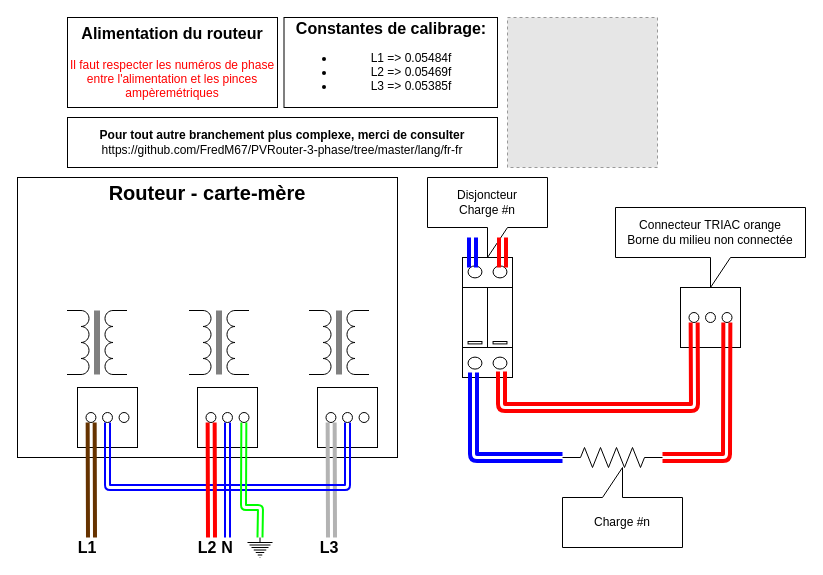
Above: docs/HowToInstall.drawio in FredM67/PVRouter-3-phase (draw.io), before the change. Source tidied: cells renumbered, new cells numbered last; positions are measured from the earlier drawing's top-left corner, leaving out a move shared by most shapes. Both pictures are drawn from the tidied source at 100%, with x=0, y=0 at pixel (17, 17). Pictures stored in the file or linked from it are replaced by grey dashed boxes.
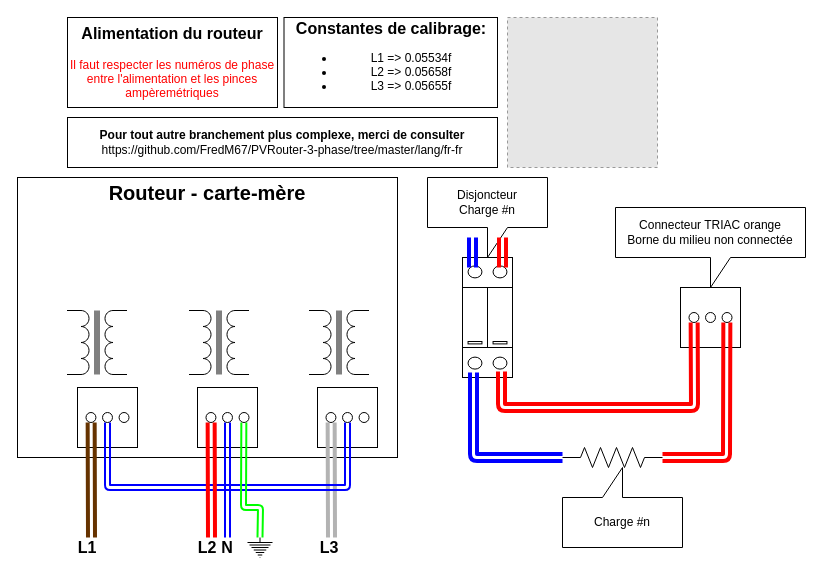
The same diagram, later.

What changed in the source:
```diff
@@
-    <mxCell id="2" value="&lt;b&gt;&lt;font style=&quot;font-size: 16px&quot;&gt;Constantes de calibrage:&lt;/font&gt;&lt;/b&gt;&lt;br&gt;&lt;ul&gt;&lt;li&gt;&lt;span&gt;L1 =&amp;gt;&amp;nbsp;&lt;/span&gt;0.05484f&lt;br&gt;&lt;/li&gt;&lt;li&gt;L2 =&amp;gt; 0.05469f&lt;br&gt;&lt;/li&gt;&lt;li&gt;L3 =&amp;gt; 0.05385f&lt;br&gt;&lt;/li&gt;&lt;/ul&gt;" style="rounded=0;whiteSpace=wrap;html=1;" parent="1" vertex="1">
+    <mxCell id="2" value="&lt;b&gt;&lt;font style=&quot;font-size: 16px&quot;&gt;Constantes de calibrage:&lt;/font&gt;&lt;/b&gt;&lt;br&gt;&lt;ul&gt;&lt;li&gt;&lt;span&gt;L1 =&amp;gt;&amp;nbsp;&lt;/span&gt;0.05534f&lt;/li&gt;&lt;li&gt;L2 =&amp;gt; 0.05658f&lt;/li&gt;&lt;li&gt;L3 =&amp;gt; 0.05655f&lt;/li&gt;&lt;/ul&gt;" style="rounded=0;whiteSpace=wrap;html=1;" parent="1" vertex="1">
       <mxGeometry x="266.5" width="213.5" height="90" as="geometry" />
     </mxCell>
```
